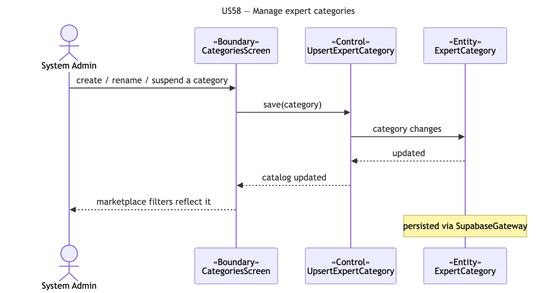
This is docs/deliverables/sequence-diagrams/US58-manage-categories.png from cyuanjun/FYP-26-S2-37-app, a Mermaid export, as it was before one commit. Its source is kept beside it as docs/deliverables/sequence-diagrams/src/US58-manage-categories.mmd.
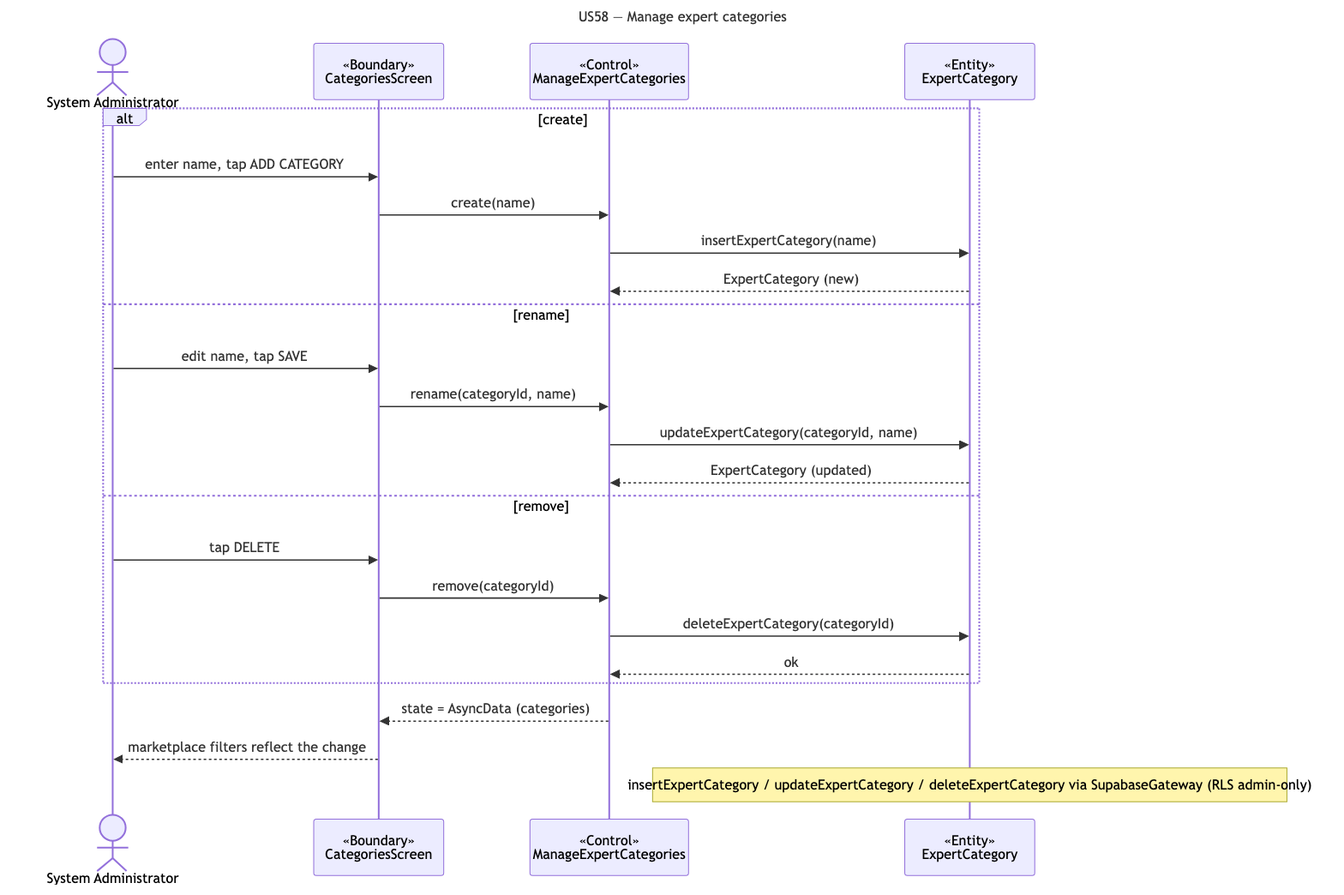
Above is the later version.

What changed in the source:
```diff
@@ -2,14 +2,26 @@
 title: "US58 — Manage expert categories"
 ---
 sequenceDiagram
-  actor A as System Admin
+  actor A as System Administrator
   participant B as «Boundary»<br/>CategoriesScreen
-  participant C as «Control»<br/>UpsertExpertCategory
+  participant C as «Control»<br/>ManageExpertCategories
   participant E as «Entity»<br/>ExpertCategory
-  A->>B: create / rename / suspend a category
-  B->>C: save(category)
-  C->>E: category changes
-  E-->>C: updated
-  C-->>B: catalog updated
-  B-->>A: marketplace filters reflect it
-  note over E: persisted via SupabaseGateway
+  alt create
+    A->>B: enter name, tap ADD CATEGORY
+    B->>C: create(name)
+    C->>E: insertExpertCategory(name)
+    E-->>C: ExpertCategory (new)
+  else rename
+    A->>B: edit name, tap SAVE
+    B->>C: rename(categoryId, name)
+    C->>E: updateExpertCategory(categoryId, name)
+    E-->>C: ExpertCategory (updated)
+  else remove
+    A->>B: tap DELETE
+    B->>C: remove(categoryId)
+    C->>E: deleteExpertCategory(categoryId)
+    E-->>C: ok
+  end
+  C-->>B: state = AsyncData (categories)
+  B-->>A: marketplace filters reflect the change
+  note over E: insertExpertCategory / updateExpertCategory / deleteExpertCategory via SupabaseGateway (RLS admin-only)
```
